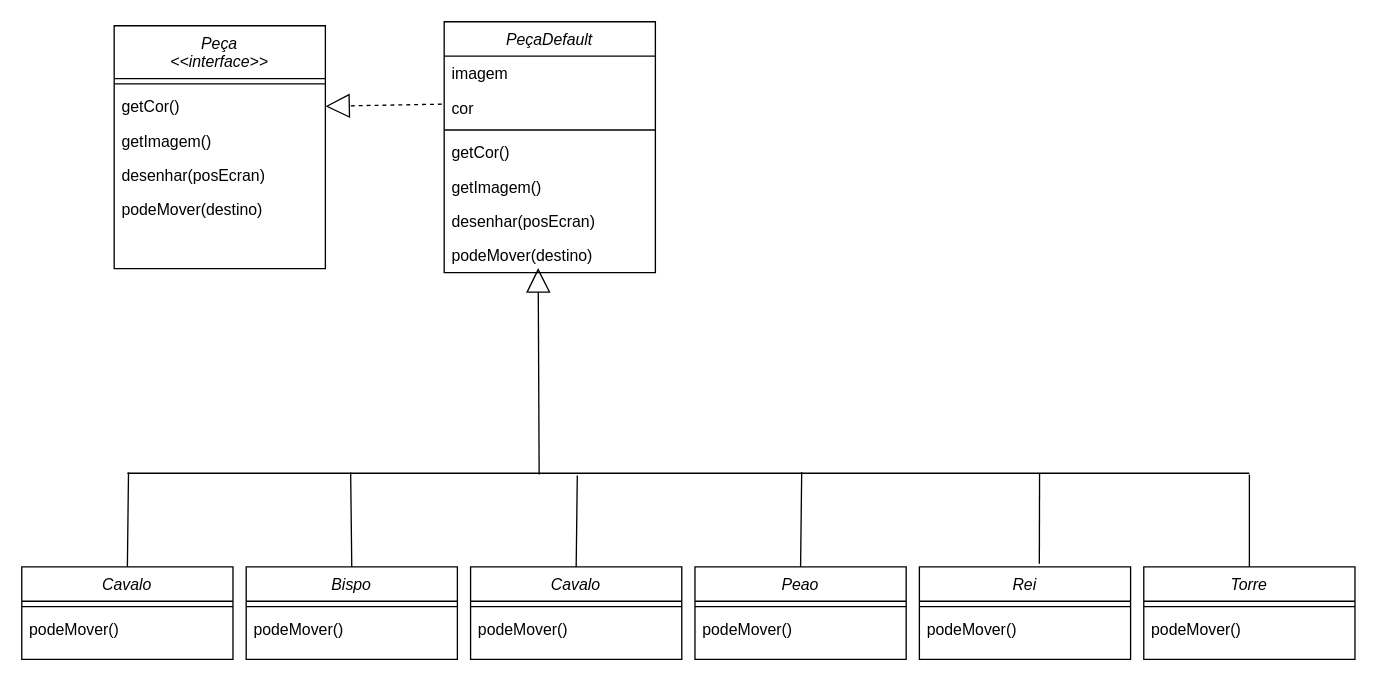
The draw.io diagram Diagrama sem nome.drawio in GameJog/GameJog, before the edit. Source tidied: cells renumbered, new cells numbered last; positions are measured from the earlier drawing's top-left corner, leaving out a move shared by most shapes. Both pictures are drawn from the tidied source at 132%, with x=0, y=0 at pixel (21, 21).
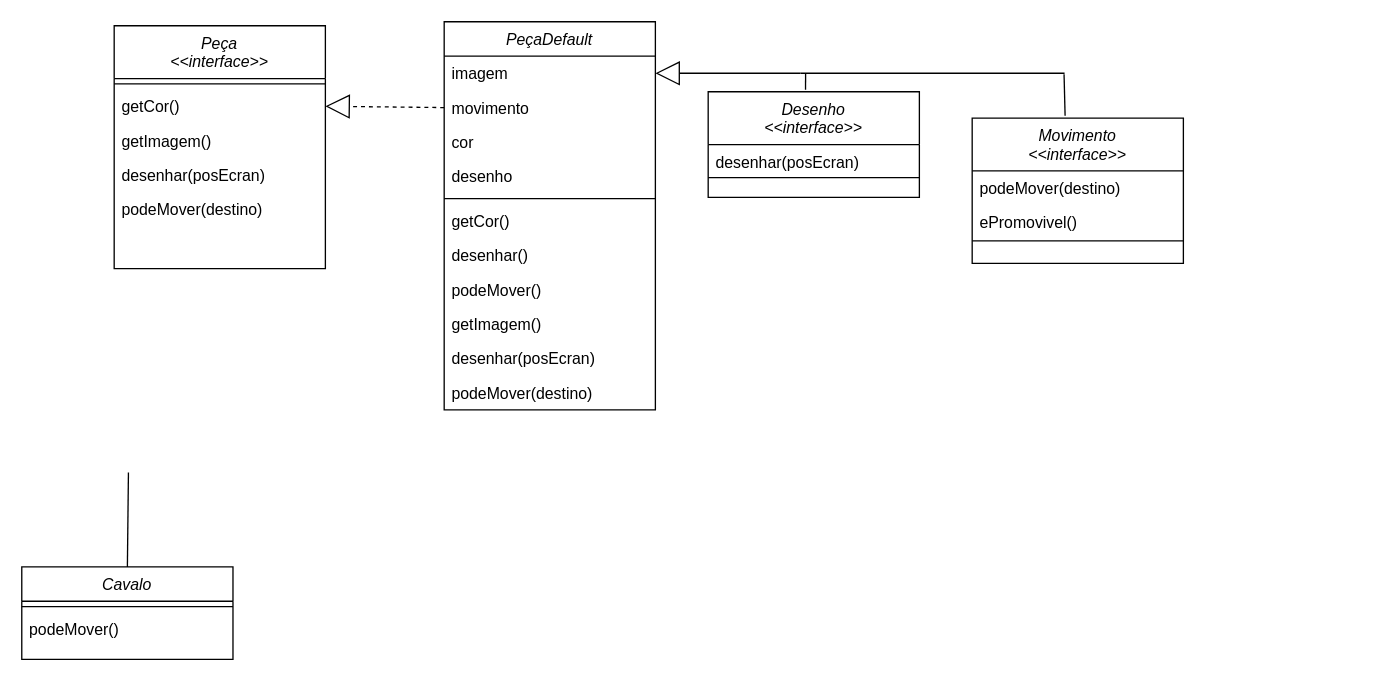
After the change.

Unchanged cells that the change refers to:
```xml
<mxCell id="4" value="getCor()" style="text;align=left;verticalAlign=top;spacingLeft=4;spacingRight=4;overflow=hidden;points=[[0,0.5],[1,0.5]];portConstraint=eastwest;" parent="2" vertex="1">
  <mxGeometry y="48" width="160" height="26" as="geometry" />
</mxCell>
<mxCell id="9" value="imagem" style="text;align=left;verticalAlign=top;spacingLeft=4;spacingRight=4;overflow=hidden;points=[[0,0.5],[1,0.5]];portConstraint=eastwest;" parent="8" vertex="1">
  <mxGeometry y="26" width="160" height="26" as="geometry" />
</mxCell>
<mxCell id="16" value="Cavalo" style="swimlane;fontStyle=2;align=center;verticalAlign=top;horizontal=1;startSize=26;rounded=0;shadow=0;strokeWidth=1;" parent="1" vertex="1">
  <mxGeometry y="413" width="160" height="70" as="geometry" />
</mxCell>
```

What changed in the source:
```diff
@@
     <mxCell id="8" value="PeçaDefault" style="swimlane;fontStyle=2;align=center;verticalAlign=top;horizontal=1;startSize=26;rounded=0;shadow=0;strokeWidth=1;" parent="1" vertex="1">
-      <mxGeometry x="320" width="160" height="190" as="geometry" />
+      <mxGeometry x="320" width="160" height="294" as="geometry" />
     </mxCell>
@@
+    <mxCell id="43" value="movimento" style="text;align=left;verticalAlign=top;spacingLeft=4;spacingRight=4;overflow=hidden;points=[[0,0.5],[1,0.5]];portConstraint=eastwest;" parent="8" vertex="1">
+      <mxGeometry y="52" width="160" height="26" as="geometry" />
+    </mxCell>
     <mxCell id="10" value="cor" style="text;align=left;verticalAlign=top;spacingLeft=4;spacingRight=4;overflow=hidden;points=[[0,0.5],[1,0.5]];portConstraint=eastwest;" parent="8" vertex="1">
-      <mxGeometry y="52" width="160" height="26" as="geometry" />
+      <mxGeometry y="78" width="160" height="26" as="geometry" />
     </mxCell>
+    <mxCell id="44" value="desenho" style="text;align=left;verticalAlign=top;spacingLeft=4;spacingRight=4;overflow=hidden;" parent="8" vertex="1">
+      <mxGeometry y="104" width="160" height="26" as="geometry" />
+    </mxCell>
     <mxCell id="11" style="line;html=1;strokeWidth=1;align=left;verticalAlign=middle;spacingTop=-1;spacingLeft=3;spacingRight=3;labelPosition=right;" parent="8" vertex="1">
-      <mxGeometry y="78" width="160" height="8" as="geometry" />
+      <mxGeometry y="130" width="160" height="8" as="geometry" />
     </mxCell>
     <mxCell id="12" value="getCor()" style="text;align=left;verticalAlign=top;spacingLeft=4;spacingRight=4;overflow=hidden;" parent="8" vertex="1">
-      <mxGeometry y="86" width="160" height="26" as="geometry" />
+      <mxGeometry y="138" width="160" height="26" as="geometry" />
     </mxCell>
+    <mxCell id="45" value="desenhar()" style="text;align=left;verticalAlign=top;spacingLeft=4;spacingRight=4;overflow=hidden;" parent="8" vertex="1">
+      <mxGeometry y="164" width="160" height="26" as="geometry" />
+    </mxCell>
+    <mxCell id="46" value="podeMover()" style="text;align=left;verticalAlign=top;spacingLeft=4;spacingRight=4;overflow=hidden;" parent="8" vertex="1">
+      <mxGeometry y="190" width="160" height="26" as="geometry" />
+    </mxCell>
     <mxCell id="13" value="getImagem()" style="text;align=left;verticalAlign=top;spacingLeft=4;spacingRight=4;overflow=hidden;" parent="8" vertex="1">
-      <mxGeometry y="112" width="160" height="26" as="geometry" />
+      <mxGeometry y="216" width="160" height="26" as="geometry" />
     </mxCell>
     <mxCell id="14" value="desenhar(posEcran)" style="text;align=left;verticalAlign=top;spacingLeft=4;spacingRight=4;overflow=hidden;" parent="8" vertex="1">
-      <mxGeometry y="138" width="160" height="26" as="geometry" />
+      <mxGeometry y="242" width="160" height="26" as="geometry" />
     </mxCell>
     <mxCell id="15" value="podeMover(destino)" style="text;align=left;verticalAlign=top;spacingLeft=4;spacingRight=4;overflow=hidden;points=[[0,0.5],[1,0.5]];portConstraint=eastwest;" parent="8" vertex="1">
-      <mxGeometry y="164" width="160" height="26" as="geometry" />
+      <mxGeometry y="268" width="160" height="26" as="geometry" />
     </mxCell>
@@
-    <mxCell id="19" value="Bispo" style="swimlane;fontStyle=2;align=center;verticalAlign=top;horizontal=1;startSize=26;rounded=0;shadow=0;strokeWidth=1;" parent="1" vertex="1">
-      <mxGeometry x="170" y="413" width="160" height="70" as="geometry" />
-    </mxCell>
-    <mxCell id="20" style="line;html=1;strokeWidth=1;align=left;verticalAlign=middle;spacingTop=-1;spacingLeft=3;spacingRight=3;labelPosition=right;" parent="19" vertex="1">
-      <mxGeometry y="26" width="160" height="8" as="geometry" />
-    </mxCell>
-    <mxCell id="21" value="podeMover()" style="text;align=left;verticalAlign=top;spacingLeft=4;spacingRight=4;overflow=hidden;" parent="19" vertex="1">
-      <mxGeometry y="34" width="160" height="26" as="geometry" />
-    </mxCell>
-    <mxCell id="22" value="Cavalo" style="swimlane;fontStyle=2;align=center;verticalAlign=top;horizontal=1;startSize=26;rounded=0;shadow=0;strokeWidth=1;" parent="1" vertex="1">
-      <mxGeometry x="340" y="413" width="160" height="70" as="geometry" />
-    </mxCell>
-    <mxCell id="23" style="line;html=1;strokeWidth=1;align=left;verticalAlign=middle;spacingTop=-1;spacingLeft=3;spacingRight=3;labelPosition=right;" parent="22" vertex="1">
-      <mxGeometry y="26" width="160" height="8" as="geometry" />
-    </mxCell>
-    <mxCell id="24" value="podeMover()" style="text;align=left;verticalAlign=top;spacingLeft=4;spacingRight=4;overflow=hidden;" parent="22" vertex="1">
-      <mxGeometry y="34" width="160" height="26" as="geometry" />
-    </mxCell>
-    <mxCell id="25" value="Peao" style="swimlane;fontStyle=2;align=center;verticalAlign=top;horizontal=1;startSize=26;rounded=0;shadow=0;strokeWidth=1;" parent="1" vertex="1">
-      <mxGeometry x="510" y="413" width="160" height="70" as="geometry" />
-    </mxCell>
-    <mxCell id="26" style="line;html=1;strokeWidth=1;align=left;verticalAlign=middle;spacingTop=-1;spacingLeft=3;spacingRight=3;labelPosition=right;" parent="25" vertex="1">
-      <mxGeometry y="26" width="160" height="8" as="geometry" />
-    </mxCell>
-    <mxCell id="27" value="podeMover()" style="text;align=left;verticalAlign=top;spacingLeft=4;spacingRight=4;overflow=hidden;" parent="25" vertex="1">
-      <mxGeometry y="34" width="160" height="26" as="geometry" />
-    </mxCell>
-    <mxCell id="28" value="Rei" style="swimlane;fontStyle=2;align=center;verticalAlign=top;horizontal=1;startSize=26;rounded=0;shadow=0;strokeWidth=1;" parent="1" vertex="1">
-      <mxGeometry x="680" y="413" width="160" height="70" as="geometry" />
-    </mxCell>
-    <mxCell id="29" style="line;html=1;strokeWidth=1;align=left;verticalAlign=middle;spacingTop=-1;spacingLeft=3;spacingRight=3;labelPosition=right;" parent="28" vertex="1">
-      <mxGeometry y="26" width="160" height="8" as="geometry" />
-    </mxCell>
-    <mxCell id="30" value="podeMover()" style="text;align=left;verticalAlign=top;spacingLeft=4;spacingRight=4;overflow=hidden;" parent="28" vertex="1">
-      <mxGeometry y="34" width="160" height="26" as="geometry" />
-    </mxCell>
-    <mxCell id="31" value="Torre" style="swimlane;fontStyle=2;align=center;verticalAlign=top;horizontal=1;startSize=26;rounded=0;shadow=0;strokeWidth=1;" parent="1" vertex="1">
-      <mxGeometry x="850" y="413" width="160" height="70" as="geometry" />
-    </mxCell>
-    <mxCell id="32" style="line;html=1;strokeWidth=1;align=left;verticalAlign=middle;spacingTop=-1;spacingLeft=3;spacingRight=3;labelPosition=right;" parent="31" vertex="1">
-      <mxGeometry y="26" width="160" height="8" as="geometry" />
-    </mxCell>
-    <mxCell id="33" value="podeMover()" style="text;align=left;verticalAlign=top;spacingLeft=4;spacingRight=4;overflow=hidden;" parent="31" vertex="1">
-      <mxGeometry y="34" width="160" height="26" as="geometry" />
-    </mxCell>
-    <mxCell id="34" style="endArrow=block;endSize=16;endFill=0;html=1;rounded=0;entryX=0.445;entryY=0.87;entryDx=0;entryDy=0;entryPerimeter=0;exitX=0.367;exitY=0.556;exitDx=0;exitDy=0;exitPerimeter=0;" parent="1" edge="1" source="35" target="15">
-      <mxGeometry relative="1" as="geometry" />
-    </mxCell>
-    <mxCell id="35" style="line;strokeWidth=1;fillColor=none;align=left;verticalAlign=middle;spacingTop=-1;spacingLeft=3;spacingRight=3;labelPosition=right;points=[];portConstraint=eastwest;strokeColor=inherit;" parent="1" vertex="1">
-      <mxGeometry x="80" y="333" width="850" height="18" as="geometry" />
-    </mxCell>
-    <mxCell id="36" style="endArrow=none;html=1;rounded=0;exitX=0.5;exitY=0;exitDx=0;exitDy=0;entryX=0.001;entryY=0.469;entryDx=0;entryDy=0;entryPerimeter=0;" parent="1" edge="1" source="16" target="35">
-      <mxGeometry relative="1" as="geometry" />
+    <mxCell id="36" style="endArrow=none;html=1;rounded=0;exitX=0.5;exitY=0;exitDx=0;exitDy=0;entryX=0.001;entryY=0.469;entryDx=0;entryDy=0;entryPerimeter=0;" parent="1" edge="1" source="16">
+      <mxGeometry relative="1" as="geometry">
+        <mxPoint x="80.8" y="341.4" as="targetPoint" />
+      </mxGeometry>
     </mxCell>
-    <mxCell id="37" style="endArrow=none;html=1;rounded=0;entryX=0.5;entryY=0;entryDx=0;entryDy=0;exitX=0.199;exitY=0.469;exitDx=0;exitDy=0;exitPerimeter=0;" parent="1" edge="1" source="35" target="19">
-      <mxGeometry relative="1" as="geometry" />
-    </mxCell>
-    <mxCell id="38" style="endArrow=none;html=1;rounded=0;entryX=0.5;entryY=0;entryDx=0;entryDy=0;exitX=0.401;exitY=0.593;exitDx=0;exitDy=0;exitPerimeter=0;" parent="1" edge="1" source="35" target="22">
-      <mxGeometry relative="1" as="geometry" />
-    </mxCell>
-    <mxCell id="39" style="endArrow=none;html=1;rounded=0;entryX=0.601;entryY=0.454;entryDx=0;entryDy=0;entryPerimeter=0;exitX=0.5;exitY=0;exitDx=0;exitDy=0;" parent="1" edge="1" source="25" target="35">
-      <mxGeometry relative="1" as="geometry" />
-    </mxCell>
-    <mxCell id="40" style="endArrow=none;html=1;rounded=0;exitX=0.568;exitY=-0.034;exitDx=0;exitDy=0;exitPerimeter=0;entryX=0.813;entryY=0.509;entryDx=0;entryDy=0;entryPerimeter=0;" parent="1" edge="1" source="28" target="35">
-      <mxGeometry relative="1" as="geometry" />
-    </mxCell>
-    <mxCell id="41" style="endArrow=none;html=1;rounded=0;entryX=1;entryY=0.556;entryDx=0;entryDy=0;entryPerimeter=0;exitX=0.5;exitY=0;exitDx=0;exitDy=0;" parent="1" edge="1" source="31" target="35">
-      <mxGeometry relative="1" as="geometry" />
-    </mxCell>
-    <mxCell id="42" style="endArrow=block;endSize=16;endFill=0;html=1;rounded=0;entryX=1;entryY=0.5;entryDx=0;entryDy=0;startArrow=none;startFill=0;dashed=1;exitX=-0.011;exitY=0.4;exitDx=0;exitDy=0;exitPerimeter=0;" parent="1" edge="1" source="10" target="4">
+    <mxCell id="42" style="endArrow=block;endSize=16;endFill=0;html=1;rounded=0;entryX=1;entryY=0.5;entryDx=0;entryDy=0;startArrow=none;startFill=0;dashed=1;exitX=0;exitY=0.5;exitDx=0;exitDy=0;" parent="1" edge="1" source="43" target="4">
       <mxGeometry relative="1" as="geometry" />
     </mxCell>
+    <mxCell id="47" value="Desenho&#10;&lt;&lt;interface&gt;&gt;" style="swimlane;fontStyle=2;align=center;verticalAlign=top;horizontal=1;startSize=40;rounded=0;shadow=0;strokeWidth=1;" parent="1" vertex="1">
+      <mxGeometry x="520" y="53" width="160" height="80" as="geometry" />
+    </mxCell>
+    <mxCell id="48" value="desenhar(posEcran)" style="text;align=left;verticalAlign=top;spacingLeft=4;spacingRight=4;overflow=hidden;" parent="47" vertex="1">
+      <mxGeometry y="40" width="160" height="20" as="geometry" />
+    </mxCell>
+    <mxCell id="49" style="line;html=1;strokeWidth=1;align=left;verticalAlign=middle;spacingTop=-1;spacingLeft=3;spacingRight=3;labelPosition=right;" parent="47" vertex="1">
+      <mxGeometry y="60" width="160" height="10" as="geometry" />
+    </mxCell>
+    <mxCell id="50" value="Movimento&#10;&lt;&lt;interface&gt;&gt;" style="swimlane;fontStyle=2;align=center;verticalAlign=top;horizontal=1;startSize=40;rounded=0;shadow=0;strokeWidth=1;" parent="1" vertex="1">
+      <mxGeometry x="720" y="73" width="160" height="110" as="geometry" />
+    </mxCell>
+    <mxCell id="51" value="podeMover(destino)" style="text;align=left;verticalAlign=top;spacingLeft=4;spacingRight=4;overflow=hidden;" parent="50" vertex="1">
+      <mxGeometry y="40" width="160" height="26" as="geometry" />
+    </mxCell>
+    <mxCell id="52" value="ePromovivel()" style="text;align=left;verticalAlign=top;spacingLeft=4;spacingRight=4;overflow=hidden;" parent="50" vertex="1">
+      <mxGeometry y="66" width="160" height="26" as="geometry" />
+    </mxCell>
+    <mxCell id="53" style="line;html=1;strokeWidth=1;align=left;verticalAlign=middle;spacingTop=-1;spacingLeft=3;spacingRight=3;labelPosition=right;" parent="50" vertex="1">
+      <mxGeometry y="92" width="160" height="2" as="geometry" />
+    </mxCell>
+    <mxCell id="54" style="endArrow=block;endSize=16;endFill=0;html=1;rounded=0;entryX=1;entryY=0.5;entryDx=0;entryDy=0;" parent="1" edge="1" target="9">
+      <mxGeometry relative="1" as="geometry">
+        <mxPoint x="590" y="39" as="sourcePoint" />
+      </mxGeometry>
+    </mxCell>
+    <mxCell id="55" style="line;strokeWidth=1;fillColor=none;align=left;verticalAlign=middle;spacingTop=-1;spacingLeft=3;spacingRight=3;labelPosition=right;points=[];portConstraint=eastwest;strokeColor=inherit;" parent="1" vertex="1">
+      <mxGeometry x="590" y="30" width="200" height="18" as="geometry" />
+    </mxCell>
+    <mxCell id="56" style="endArrow=none;html=1;rounded=0;exitX=0.461;exitY=-0.019;exitDx=0;exitDy=0;exitPerimeter=0;entryX=0.019;entryY=0.528;entryDx=0;entryDy=0;entryPerimeter=0;" parent="1" edge="1" source="47" target="55">
+      <mxGeometry relative="1" as="geometry" />
+    </mxCell>
+    <mxCell id="57" style="endArrow=none;html=1;rounded=0;entryX=0.998;entryY=0.543;entryDx=0;entryDy=0;entryPerimeter=0;exitX=0.44;exitY=-0.016;exitDx=0;exitDy=0;exitPerimeter=0;" parent="1" edge="1" source="50" target="55">
+      <mxGeometry relative="1" as="geometry" />
+    </mxCell>
```
